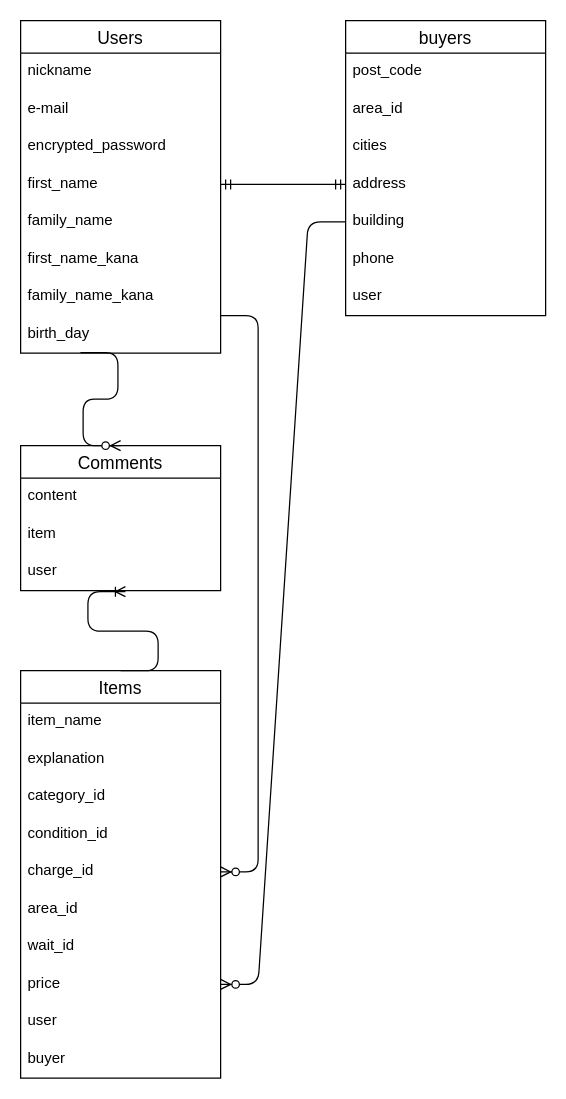
Above: ER.dio in TercoTuckerd/furima-39761 (draw.io), before the change. Source tidied: cells renumbered, new cells numbered last; positions are measured from the earlier drawing's top-left corner, leaving out a move shared by most shapes. Both pictures are drawn from the tidied source at 125%, with x=0, y=0 at pixel (20, 20).
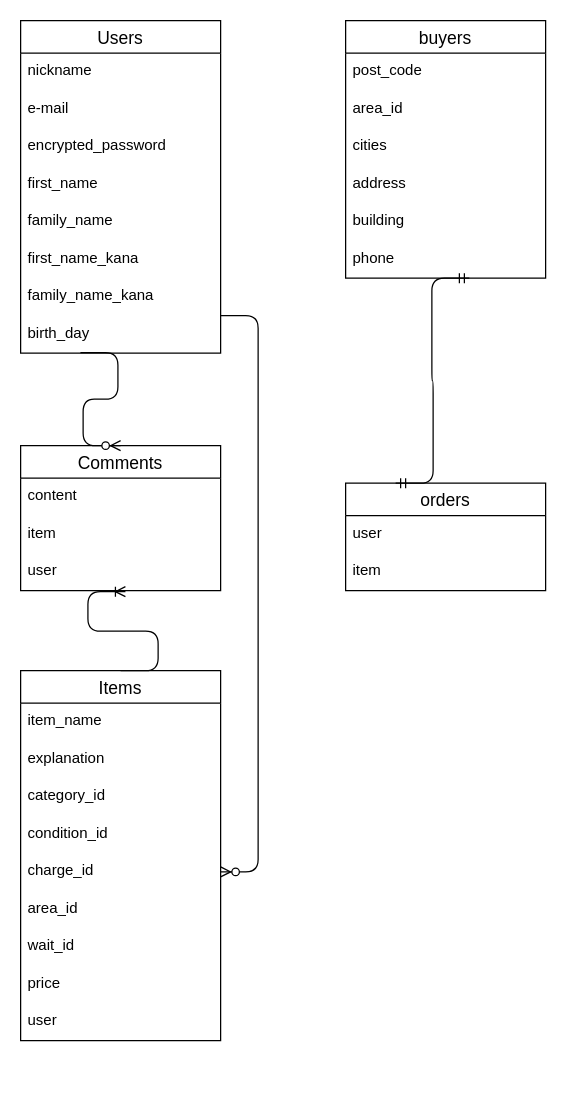
The same page after the edit.

Unchanged cells that the change refers to:
```xml
<mxCell id="6" value="first_name" style="text;strokeColor=none;fillColor=none;spacingLeft=4;spacingRight=4;overflow=hidden;points=[[0,0.5],[1,0.5]];portConstraint=eastwest;fontSize=12;" parent="2" vertex="1">
  <mxGeometry y="116" width="160" height="30" as="geometry" />
</mxCell>
<mxCell id="19" value="price" style="text;strokeColor=none;fillColor=none;spacingLeft=4;spacingRight=4;overflow=hidden;points=[[0,0.5],[1,0.5]];portConstraint=eastwest;fontSize=12;" parent="11" vertex="1">
  <mxGeometry y="236" width="160" height="30" as="geometry" />
</mxCell>
<mxCell id="30" value="address" style="text;strokeColor=none;fillColor=none;spacingLeft=4;spacingRight=4;overflow=hidden;points=[[0,0.5],[1,0.5]];portConstraint=eastwest;fontSize=12;" parent="26" vertex="1">
  <mxGeometry y="116" width="160" height="30" as="geometry" />
</mxCell>
<mxCell id="31" value="building" style="text;strokeColor=none;fillColor=none;spacingLeft=4;spacingRight=4;overflow=hidden;points=[[0,0.5],[1,0.5]];portConstraint=eastwest;fontSize=12;" parent="26" vertex="1">
  <mxGeometry y="146" width="160" height="30" as="geometry" />
</mxCell>
```

Diff of the diagram source:
```diff
@@
     <mxCell id="11" value="Items" style="swimlane;fontStyle=0;horizontal=1;startSize=26;align=center;fontSize=14;" parent="1" vertex="1">
-      <mxGeometry y="520" width="160" height="326" as="geometry" />
+      <mxGeometry y="520" width="160" height="296" as="geometry" />
     </mxCell>
@@
-    <mxCell id="21" value="buyer" style="text;strokeColor=none;fillColor=none;spacingLeft=4;spacingRight=4;overflow=hidden;points=[[0,0.5],[1,0.5]];portConstraint=eastwest;fontSize=12;" parent="11" vertex="1">
-      <mxGeometry y="296" width="160" height="30" as="geometry" />
-    </mxCell>
@@
     <mxCell id="26" value="buyers" style="swimlane;fontStyle=0;horizontal=1;startSize=26;align=center;fontSize=14;" parent="1" vertex="1">
-      <mxGeometry x="260" width="160" height="236" as="geometry" />
+      <mxGeometry x="260" width="160" height="206" as="geometry" />
     </mxCell>
@@
-    <mxCell id="33" value="user" style="text;strokeColor=none;fillColor=none;spacingLeft=4;spacingRight=4;overflow=hidden;fontSize=12;" parent="26" vertex="1">
-      <mxGeometry y="206" width="160" height="30" as="geometry" />
-    </mxCell>
-    <mxCell id="34" style="edgeStyle=entityRelationEdgeStyle;fontSize=12;html=1;endArrow=ERmandOne;startArrow=ERmandOne;entryX=0;entryY=0.5;entryDx=0;entryDy=0;exitX=1;exitY=0.5;exitDx=0;exitDy=0;" parent="1" edge="1" source="6" target="30">
-      <mxGeometry relative="1" as="geometry" />
-    </mxCell>
@@
-    <mxCell id="38" style="edgeStyle=entityRelationEdgeStyle;fontSize=12;html=1;endArrow=ERzeroToMany;endFill=1;exitX=0;exitY=0.5;exitDx=0;exitDy=0;entryX=1;entryY=0.5;entryDx=0;entryDy=0;" parent="1" edge="1" source="31" target="19">
-      <mxGeometry relative="1" as="geometry" />
-    </mxCell>
+    <mxCell id="21" value="orders" style="swimlane;fontStyle=0;horizontal=1;startSize=26;align=center;fontSize=14;" parent="1" vertex="1">
+      <mxGeometry x="260" y="370" width="160" height="86" as="geometry" />
+    </mxCell>
+    <mxCell id="33" value="user" style="text;strokeColor=none;fillColor=none;spacingLeft=4;spacingRight=4;overflow=hidden;fontSize=12;" parent="21" vertex="1">
+      <mxGeometry y="26" width="160" height="30" as="geometry" />
+    </mxCell>
+    <mxCell id="39" value="item" style="text;strokeColor=none;fillColor=none;spacingLeft=4;spacingRight=4;overflow=hidden;fontSize=12;" parent="21" vertex="1">
+      <mxGeometry y="56" width="160" height="30" as="geometry" />
+    </mxCell>
+    <mxCell id="40" style="edgeStyle=entityRelationEdgeStyle;fontSize=12;html=1;endArrow=ERmandOne;startArrow=ERmandOne;entryX=0.619;entryY=0.973;entryDx=0;entryDy=0;entryPerimeter=0;exitX=0.25;exitY=0;exitDx=0;exitDy=0;" parent="1" edge="1" source="21">
+      <mxGeometry relative="1" as="geometry">
+        <mxPoint x="359" y="206" as="targetPoint" />
+      </mxGeometry>
+    </mxCell>
```
